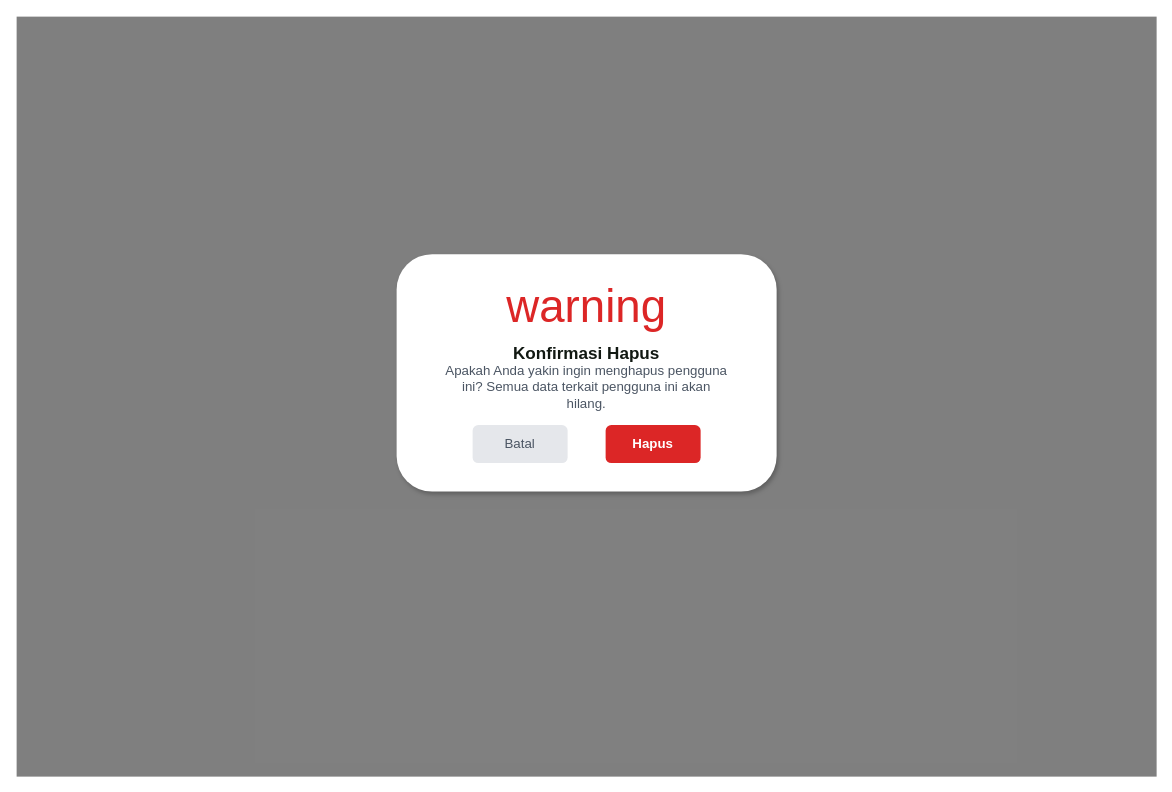
The draw.io diagram diagram/desain/admin-hapus-user.drawio in RajaSunrise/kangkungku, before the edit. Source tidied: cells renumbered, new cells numbered last; positions are measured from the earlier drawing's top-left corner, leaving out a move shared by most shapes. Both pictures are drawn from the tidied source at 95%, with x=0, y=0 at pixel (16, 16).
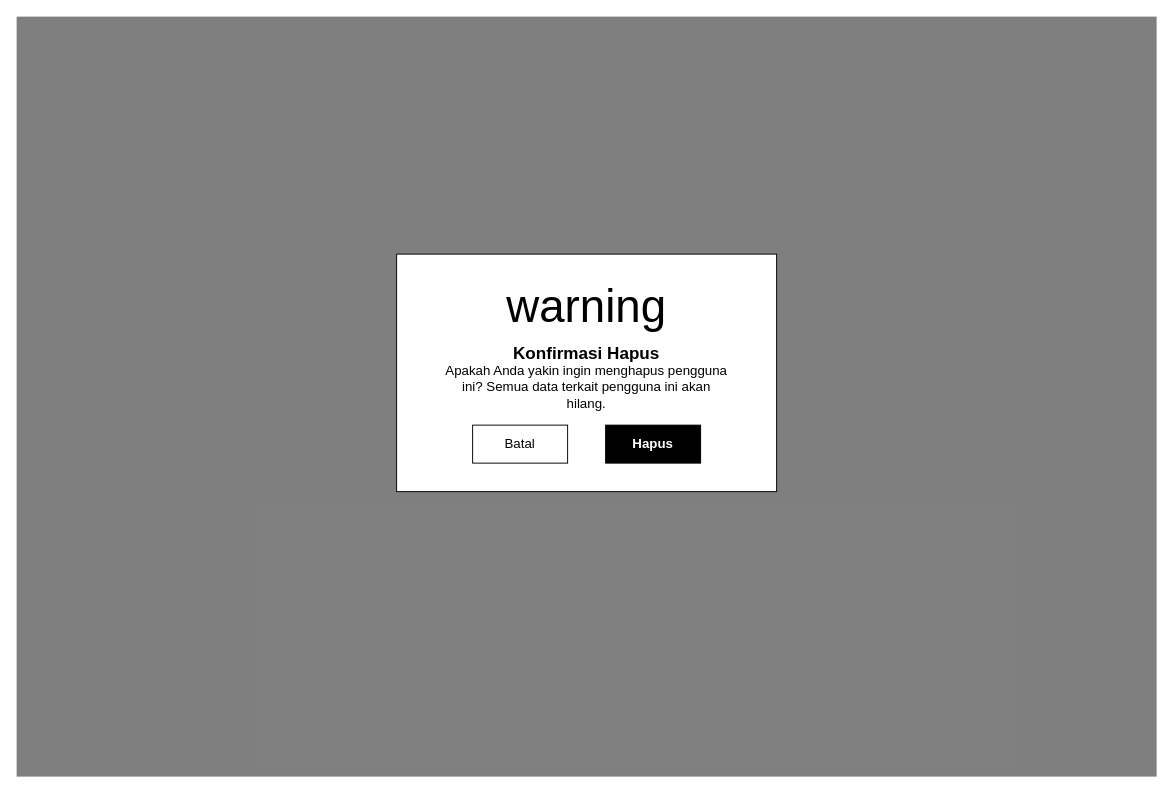
The same page after the edit.

The edit, as a diff of the source:
```diff
@@
 <mxGraphModel>
   <root>
     <mxCell id="0" />
     <mxCell id="1" parent="0" />
     <mxCell id="2" style="rounded=0;whiteSpace=wrap;html=1;fillColor=#000000;fillOpacity=50;strokeColor=none;" parent="1" vertex="1">
       <mxGeometry width="1200" height="800" as="geometry" />
     </mxCell>
-    <mxCell id="3" style="rounded=1;whiteSpace=wrap;html=1;fillColor=#FFFFFF;strokeColor=none;shadow=1;" parent="1" vertex="1">
+    <mxCell id="3" style="rounded=0;whiteSpace=wrap;html=1;fillColor=#FFFFFF;strokeColor=#000000;" parent="1" vertex="1">
       <mxGeometry x="400" y="250" width="400" height="250" as="geometry" />
     </mxCell>
-    <mxCell id="4" value="warning" style="text;html=1;strokeColor=none;fillColor=none;align=center;verticalAlign=middle;whiteSpace=wrap;rounded=0;fontColor=#DC2626;fontSize=48;fontFamily=Material Icons;" parent="1" vertex="1">
+    <mxCell id="4" value="warning" style="text;html=1;strokeColor=none;fillColor=none;align=center;verticalAlign=middle;whiteSpace=wrap;rounded=0;fontColor=#000000;fontSize=48;fontFamily=Material Icons;" parent="1" vertex="1">
       <mxGeometry x="575" y="280" width="50" height="50" as="geometry" />
     </mxCell>
-    <mxCell id="5" value="Konfirmasi Hapus" style="text;html=1;strokeColor=none;fillColor=none;align=center;verticalAlign=middle;whiteSpace=wrap;rounded=0;fontColor=#111812;fontSize=18;fontStyle=1;" parent="1" vertex="1">
+    <mxCell id="5" value="Konfirmasi Hapus" style="text;html=1;strokeColor=none;fillColor=none;align=center;verticalAlign=middle;whiteSpace=wrap;rounded=0;fontColor=#000000;fontSize=18;fontStyle=1;" parent="1" vertex="1">
       <mxGeometry x="450" y="340" width="300" height="30" as="geometry" />
     </mxCell>
-    <mxCell id="6" value="Apakah Anda yakin ingin menghapus pengguna ini? Semua data terkait pengguna ini akan hilang." style="text;html=1;strokeColor=none;fillColor=none;align=center;verticalAlign=middle;whiteSpace=wrap;rounded=0;fontColor=#4B5563;fontSize=14;" parent="1" vertex="1">
+    <mxCell id="6" value="Apakah Anda yakin ingin menghapus pengguna ini? Semua data terkait pengguna ini akan hilang." style="text;html=1;strokeColor=none;fillColor=none;align=center;verticalAlign=middle;whiteSpace=wrap;rounded=0;fontColor=#000000;fontSize=14;" parent="1" vertex="1">
       <mxGeometry x="450" y="370" width="300" height="40" as="geometry" />
     </mxCell>
-    <mxCell id="7" value="Batal" style="rounded=1;whiteSpace=wrap;html=1;fillColor=#E5E7EB;strokeColor=none;fontColor=#4B5563;fontSize=14;" parent="1" vertex="1">
+    <mxCell id="7" value="Batal" style="rounded=0;whiteSpace=wrap;html=1;fillColor=#FFFFFF;strokeColor=#000000;fontColor=#000000;fontSize=14;" parent="1" vertex="1">
       <mxGeometry x="480" y="430" width="100" height="40" as="geometry" />
     </mxCell>
-    <mxCell id="8" value="Hapus" style="rounded=1;whiteSpace=wrap;html=1;fillColor=#DC2626;strokeColor=none;fontColor=#FFFFFF;fontStyle=1;fontSize=14;" parent="1" vertex="1">
+    <mxCell id="8" value="Hapus" style="rounded=0;whiteSpace=wrap;html=1;fillColor=#000000;strokeColor=#000000;fontColor=#FFFFFF;fontStyle=1;fontSize=14;" parent="1" vertex="1">
       <mxGeometry x="620" y="430" width="100" height="40" as="geometry" />
     </mxCell>
   </root>
 </mxGraphModel>
```
